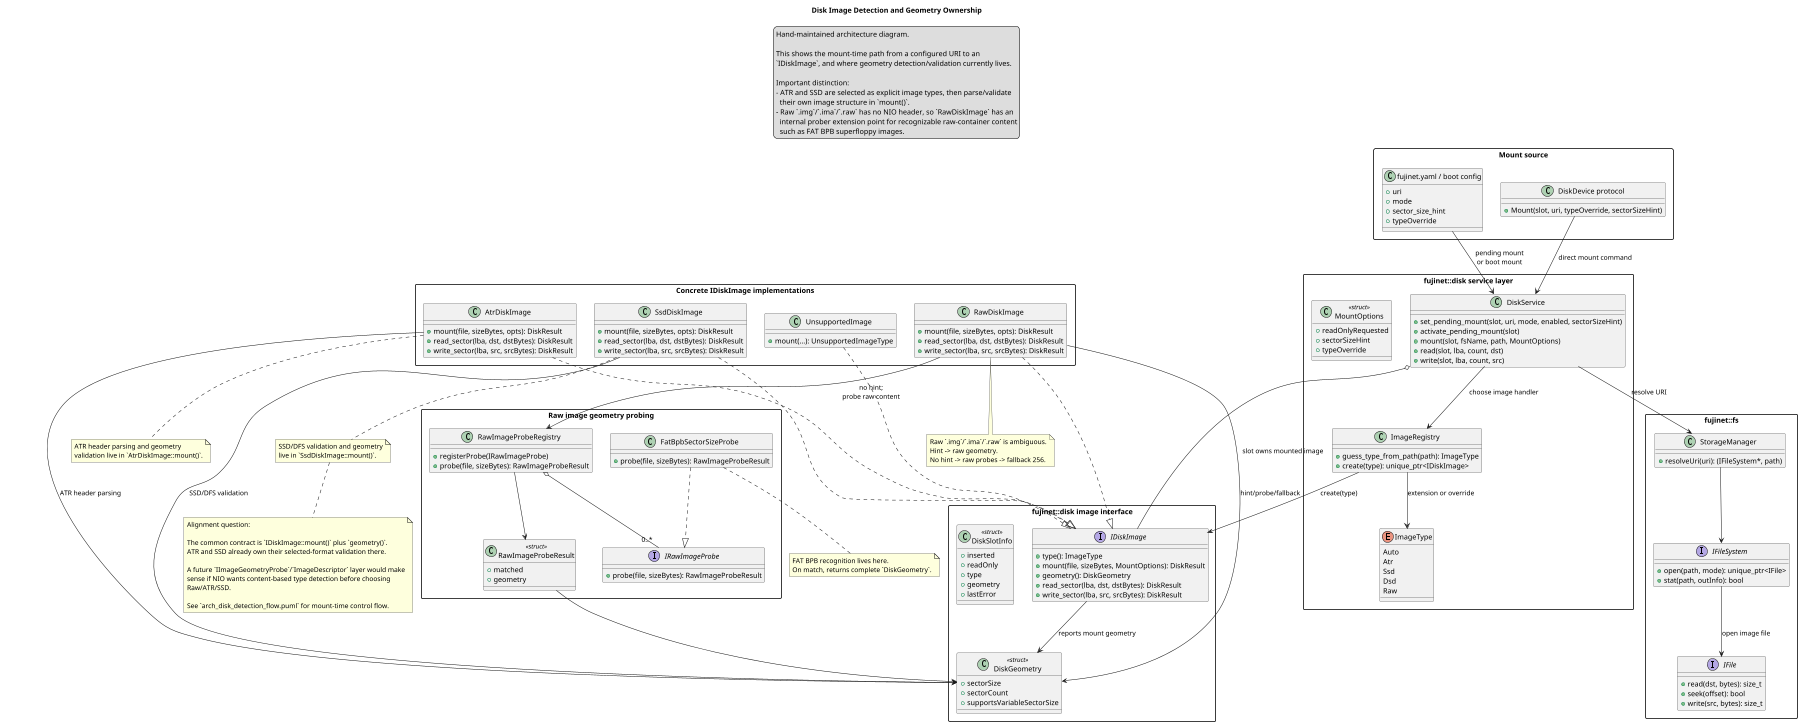
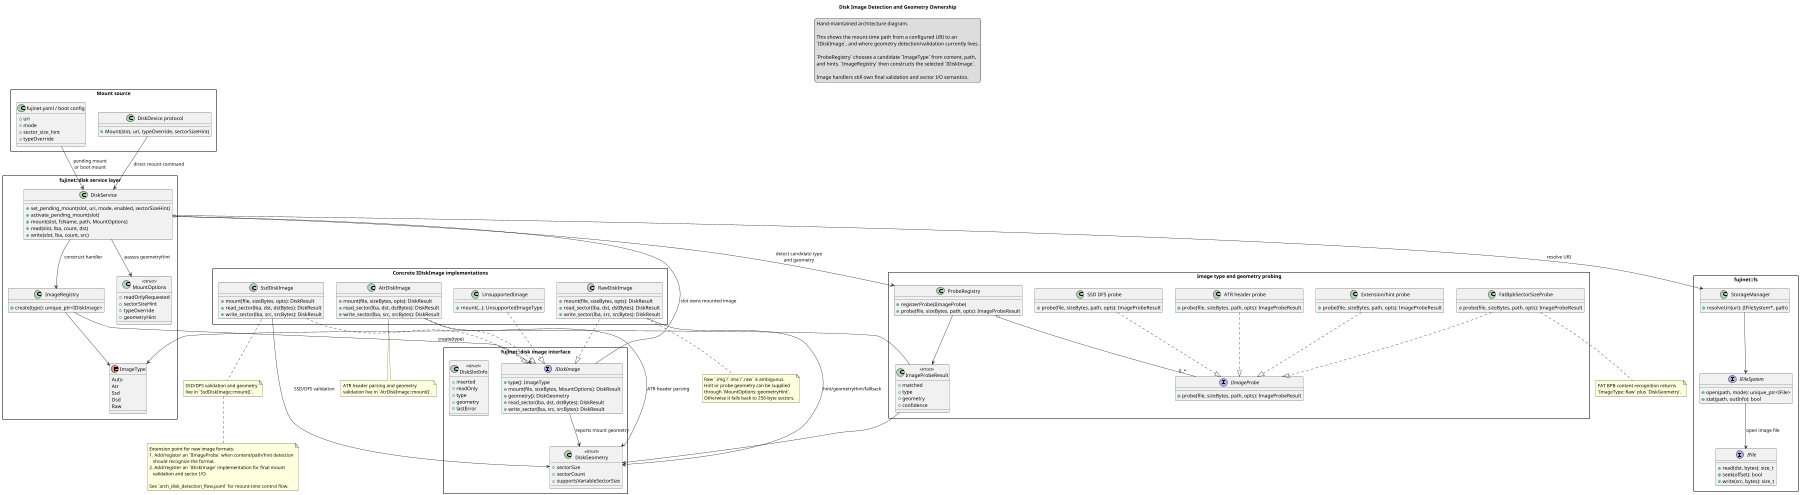
@startuml DiskDetectionArchitecture
title Disk Image Detection and Geometry Ownership

scale max 1800 width
skinparam packageStyle rectangle
skinparam shadowing false

legend top
  Hand-maintained architecture diagram.

  This shows the mount-time path from a configured URI to an
  `IDiskImage`, and where geometry detection/validation currently lives.

-   Important distinction:
-   - ATR and SSD are selected as explicit image types, then parse/validate
-     their own image structure in `mount()`.
-   - Raw `.img`/`.ima`/`.raw` has no NIO header, so `RawDiskImage` has an
-     internal prober extension point for recognizable raw-container content
-     such as FAT BPB superfloppy images.
+   `ProbeRegistry` chooses a candidate `ImageType` from content, path,
+   and hints. `ImageRegistry` then constructs the selected `IDiskImage`.
+ 
+   Image handlers still own final validation and sector I/O semantics.
endlegend

' ========= Request/config side =========
package "Mount source" as pkg_mount_source {
    class "fujinet.yaml / boot config" as Config {
        + uri
        + mode
        + sector_size_hint
        + typeOverride
    }

    class "DiskDevice protocol" as DiskDeviceProtocol {
        + Mount(slot, uri, typeOverride, sectorSizeHint)
    }
}

package "fujinet::disk service layer" as pkg_service {
    class DiskService {
        + set_pending_mount(slot, uri, mode, enabled, sectorSizeHint)
        + activate_pending_mount(slot)
        + mount(slot, fsName, path, MountOptions)
        + read(slot, lba, count, dst)
        + write(slot, lba, count, src)
    }

    class MountOptions <<struct>> {
        + readOnlyRequested
        + sectorSizeHint
        + typeOverride
+         + geometryHint
    }

    class ImageRegistry {
-         + guess_type_from_path(path): ImageType
        + create(type): unique_ptr<IDiskImage>
    }

    enum ImageType {
        Auto
        Atr
        Ssd
        Dsd
        Raw
    }
}

package "fujinet::fs" as pkg_fs {
    class StorageManager {
        + resolveUri(uri): (IFileSystem*, path)
    }

    interface IFileSystem {
        + open(path, mode): unique_ptr<IFile>
        + stat(path, outInfo): bool
    }

    interface IFile {
        + read(dst, bytes): size_t
        + seek(offset): bool
        + write(src, bytes): size_t
    }
}

' ========= Image interface =========
package "fujinet::disk image interface" as pkg_image_if {
    interface IDiskImage {
        + type(): ImageType
        + mount(file, sizeBytes, MountOptions): DiskResult
        + geometry(): DiskGeometry
        + read_sector(lba, dst, dstBytes): DiskResult
        + write_sector(lba, src, srcBytes): DiskResult
    }

    class DiskGeometry <<struct>> {
        + sectorSize
        + sectorCount
        + supportsVariableSectorSize
    }

    class DiskSlotInfo <<struct>> {
        + inserted
        + readOnly
        + type
        + geometry
        + lastError
    }
}

' ========= Concrete image handlers =========
package "Concrete IDiskImage implementations" as pkg_images {
    class RawDiskImage {
        + mount(file, sizeBytes, opts): DiskResult
        + read_sector(lba, dst, dstBytes): DiskResult
        + write_sector(lba, src, srcBytes): DiskResult
    }

    class AtrDiskImage {
        + mount(file, sizeBytes, opts): DiskResult
        + read_sector(lba, dst, dstBytes): DiskResult
        + write_sector(lba, src, srcBytes): DiskResult
    }

    class SsdDiskImage {
        + mount(file, sizeBytes, opts): DiskResult
        + read_sector(lba, dst, dstBytes): DiskResult
        + write_sector(lba, src, srcBytes): DiskResult
    }

    class UnsupportedImage {
        + mount(...): UnsupportedImageType
    }
}

RawDiskImage ..|> IDiskImage
AtrDiskImage ..|> IDiskImage
SsdDiskImage ..|> IDiskImage
UnsupportedImage ..|> IDiskImage

- ' ========= Raw-image probing =========
- package "Raw image geometry probing" as pkg_raw_probe {
-     class RawImageProbeRegistry {
-         + registerProbe(IRawImageProbe)
-         + probe(file, sizeBytes): RawImageProbeResult
-     }
- 
-     interface IRawImageProbe {
-         + probe(file, sizeBytes): RawImageProbeResult
-     }
- 
-     class RawImageProbeResult <<struct>> {
+ ' ========= Image probing =========
+ package "Image type and geometry probing" as pkg_probe {
+     class ProbeRegistry {
+         + registerProbe(IImageProbe)
+         + probe(file, sizeBytes, path, opts): ImageProbeResult
+     }
+ 
+     interface IImageProbe {
+         + probe(file, sizeBytes, path, opts): ImageProbeResult
+     }
+ 
+     class ImageProbeResult <<struct>> {
        + matched
+         + type
        + geometry
+         + confidence
    }

    class FatBpbSectorSizeProbe {
-         + probe(file, sizeBytes): RawImageProbeResult
-     }
- 
- }
- 
- FatBpbSectorSizeProbe ..|> IRawImageProbe
- RawImageProbeRegistry o-- "0..*" IRawImageProbe
- RawImageProbeResult --> DiskGeometry
+         + probe(file, sizeBytes, path, opts): ImageProbeResult
+     }
+ 
+     class "ATR header probe" as AtrHeaderProbe {
+         + probe(file, sizeBytes, path, opts): ImageProbeResult
+     }
+ 
+     class "SSD DFS probe" as SsdDfsProbe {
+         + probe(file, sizeBytes, path, opts): ImageProbeResult
+     }
+ 
+     class "Extension/hint probe" as ExtensionProbe {
+         + probe(file, sizeBytes, path, opts): ImageProbeResult
+     }
+ 
+ }
+ 
+ FatBpbSectorSizeProbe ..|> IImageProbe
+ AtrHeaderProbe ..|> IImageProbe
+ SsdDfsProbe ..|> IImageProbe
+ ExtensionProbe ..|> IImageProbe
+ ProbeRegistry o-- "0..*" IImageProbe
+ ImageProbeResult --> ImageType
+ ImageProbeResult --> DiskGeometry

' ========= Current geometry ownership =========
note bottom of RawDiskImage
    Raw `.img`/`.ima`/`.raw` is ambiguous.
-     Hint -> raw geometry.
-     No hint -> raw probes -> fallback 256.
+     Hint or probe geometry can be supplied
+     through `MountOptions::geometryHint`.
+     Otherwise it falls back to 256-byte sectors.
end note

note bottom of FatBpbSectorSizeProbe
-     FAT BPB recognition lives here.
-     On match, returns complete `DiskGeometry`.
+     FAT BPB content recognition returns
+     `ImageType::Raw` plus `DiskGeometry`.
end note

note bottom of AtrDiskImage
    ATR header parsing and geometry
    validation live in `AtrDiskImage::mount()`.
end note

note bottom of SsdDiskImage
    SSD/DFS validation and geometry
    live in `SsdDiskImage::mount()`.
end note

' ========= Static relationships =========
Config --> DiskService : pending mount\nor boot mount
DiskDeviceProtocol --> DiskService : direct mount command
DiskService --> StorageManager : resolve URI
StorageManager --> IFileSystem
IFileSystem --> IFile : open image file
- DiskService --> ImageRegistry : choose image handler
- ImageRegistry --> ImageType : extension or override
+ DiskService --> ProbeRegistry : detect candidate type\nand geometry
+ ProbeRegistry --> ImageProbeResult
+ DiskService --> ImageRegistry : construct handler
+ ImageRegistry --> ImageType
ImageRegistry --> IDiskImage : create(type)
DiskService o-- IDiskImage : slot owns mounted image
IDiskImage --> DiskGeometry : reports mount geometry

- RawDiskImage --> RawImageProbeRegistry : no hint;\nprobe raw content
- RawImageProbeRegistry --> RawImageProbeResult
- RawDiskImage --> DiskGeometry : hint/probe/fallback
+ DiskService --> MountOptions : passes geometryHint
+ RawDiskImage --> DiskGeometry : hint/geometryHint/fallback
AtrDiskImage --> DiskGeometry : ATR header parsing
SsdDiskImage --> DiskGeometry : SSD/DFS validation

note bottom
-     Alignment question:
- 
-     The common contract is `IDiskImage::mount()` plus `geometry()`.
-     ATR and SSD already own their selected-format validation there.
- 
-     A future `IImageGeometryProbe`/`ImageDescriptor` layer would make
-     sense if NIO wants content-based type detection before choosing
-     Raw/ATR/SSD.
+     Extension point for new image formats:
+     1. Add/register an `IImageProbe` when content/path/hint detection
+        should recognize the format.
+     2. Add/register an `IDiskImage` implementation for final mount
+        validation and sector I/O.

    See `arch_disk_detection_flow.puml` for mount-time control flow.
end note

@enduml
